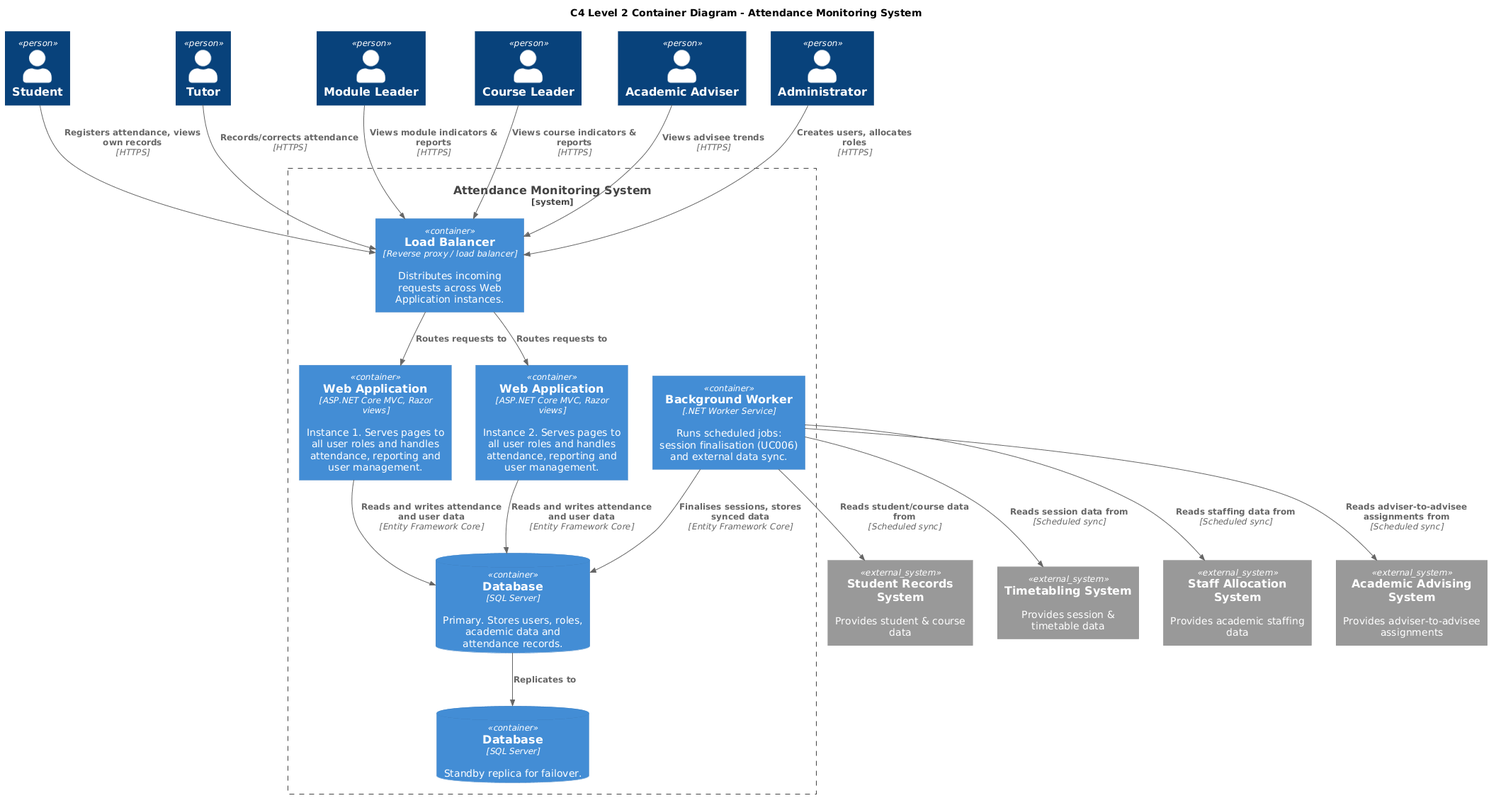
Shelly855/attendance-monitoring-copy keeps this PlantUML diagram as out/diagrams/c4-level2-diagram/AttendanceMonitoringSystemC4L2.png. Above is the earlier version.
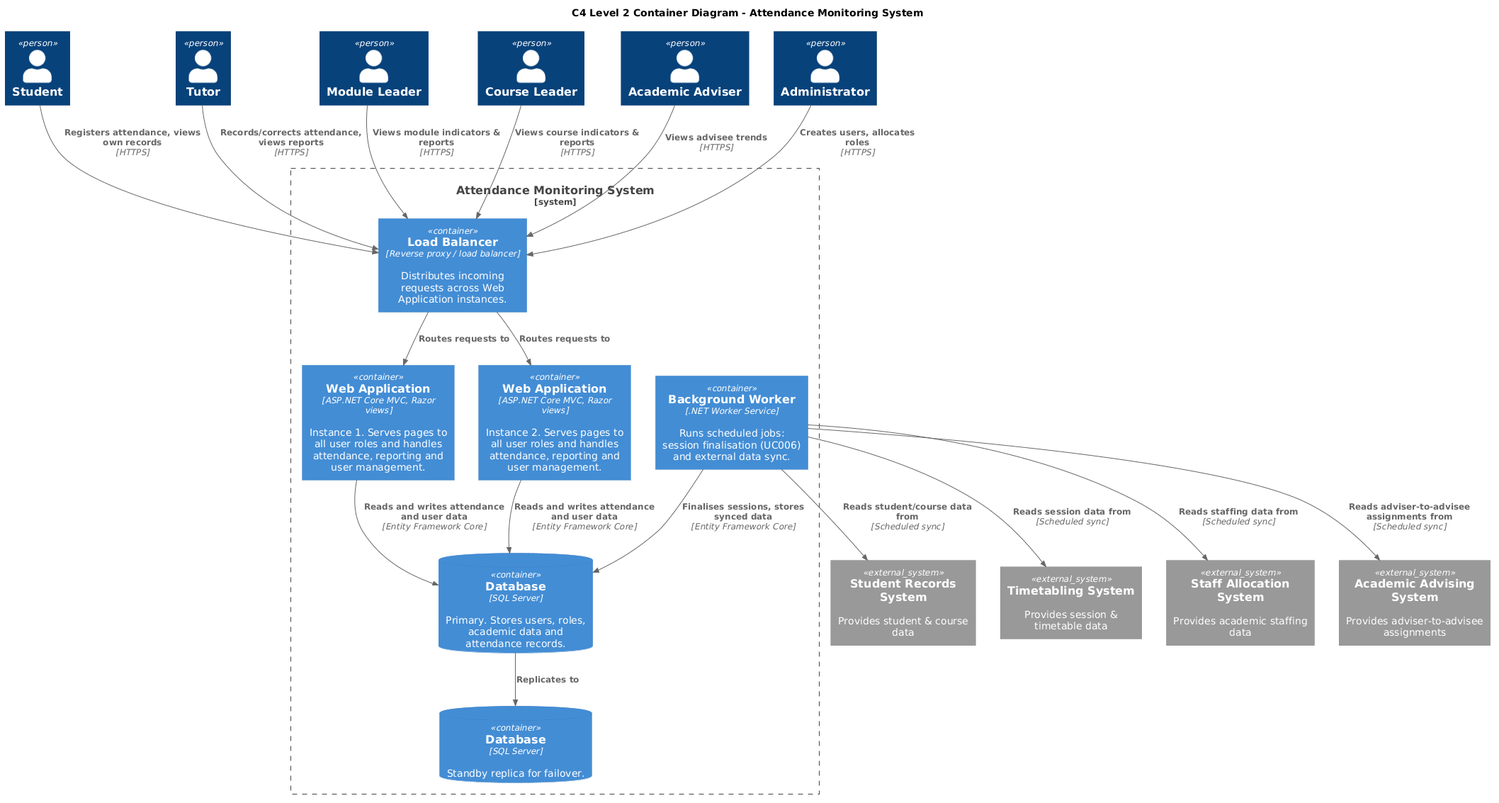
The same file after the commit.

The edit, as a diff of the source:
```diff
@@ -24,7 +24,7 @@
 System_Ext(advising, "Academic Advising System", "Provides adviser-to-advisee assignments")
 
 Rel(student, lb, "Registers attendance, views own records", "HTTPS")
-Rel(tutor, lb, "Records/corrects attendance", "HTTPS")
+Rel(tutor, lb, "Records/corrects attendance, views reports", "HTTPS")
 Rel(moduleLeader, lb, "Views module indicators & reports", "HTTPS")
 Rel(courseLeader, lb, "Views course indicators & reports", "HTTPS")
 Rel(adviser, lb, "Views advisee trends", "HTTPS")
```
